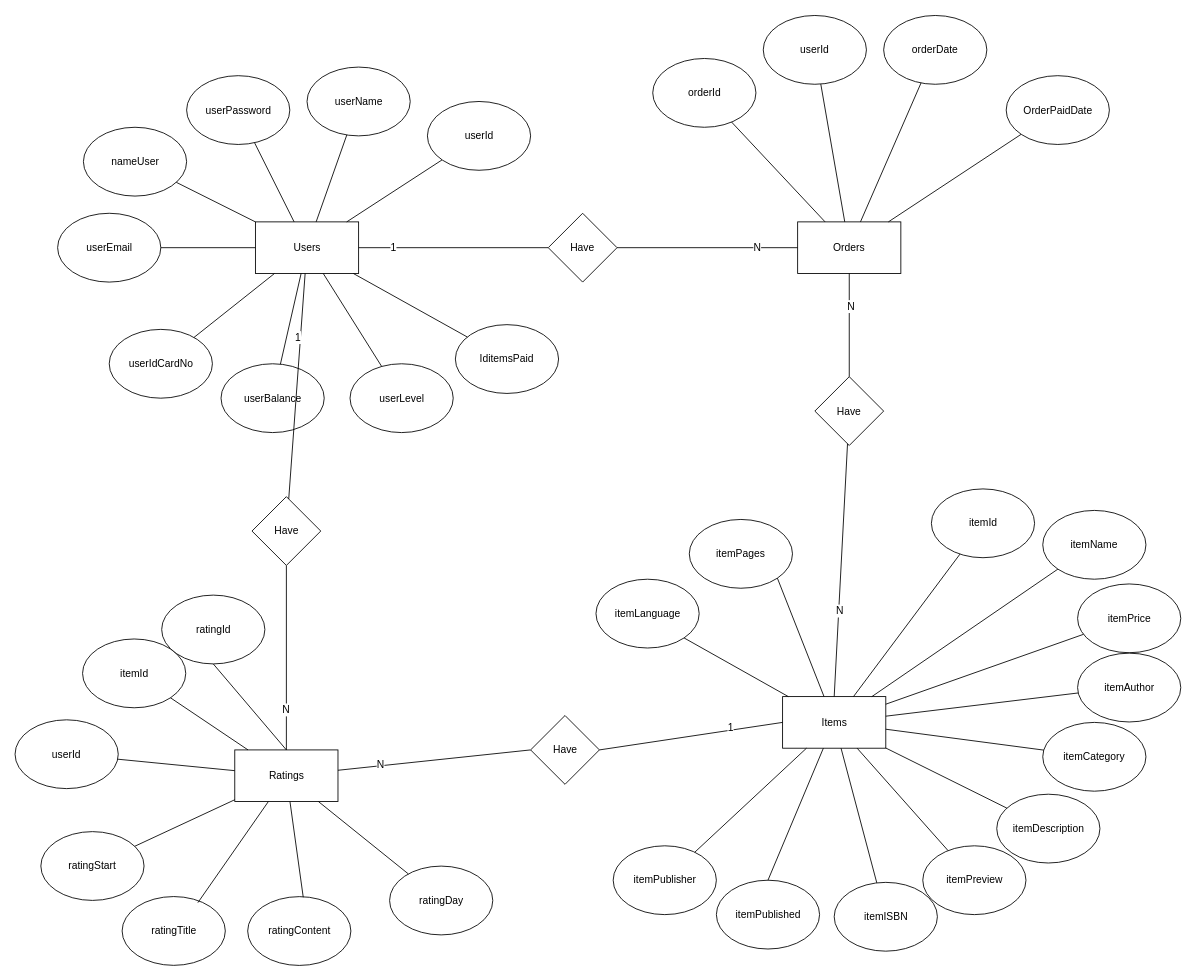
This is Documents/erd/erd.drawio from tung120320/E-Book-Order-G02, a draw.io file, before an edit. Source tidied: cells renumbered, new cells numbered last; positions are measured from the earlier drawing's top-left corner, leaving out a move shared by most shapes. Both pictures are drawn from the tidied source at 86%, with x=0, y=0 at pixel (15, 15).
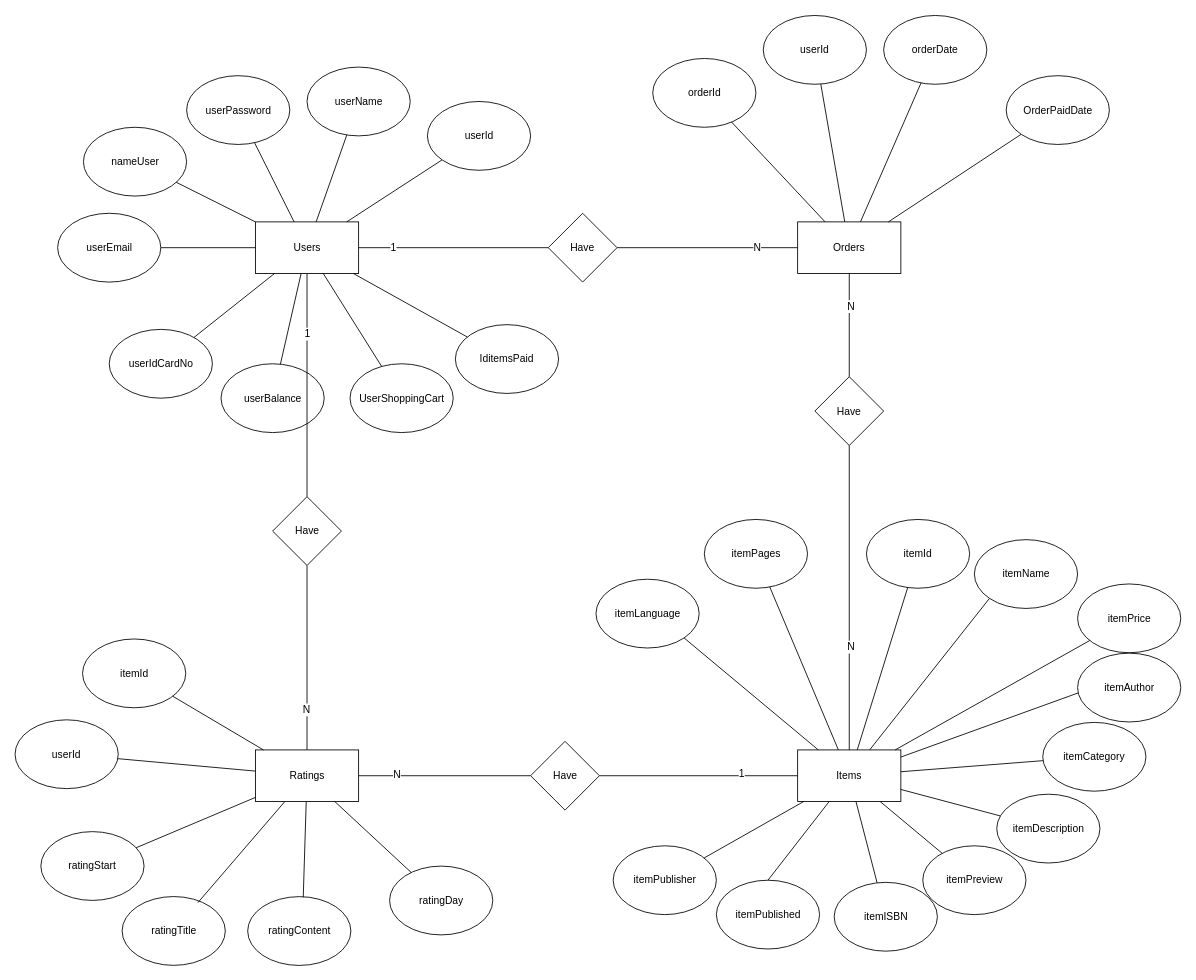
After the change.

The change refers to these unchanged cells:
```xml
<mxCell id="88" style="endArrow=none;html=1;" parent="1" edge="1" source="87" target="13">
  <mxGeometry relative="1" as="geometry" />
</mxCell>
```

Diff of the diagram source:
```diff
@@
     <mxCell id="2" value="Items" style="rounded=0;whiteSpace=wrap;html=1;" parent="1" vertex="1">
-      <mxGeometry x="892.5" y="792.5" width="120" height="60" as="geometry" />
+      <mxGeometry x="910" y="854.5" width="120" height="60" as="geometry" />
     </mxCell>
@@
     <mxCell id="8" value="itemPages" style="ellipse;whiteSpace=wrap;html=1;" parent="1" vertex="1">
-      <mxGeometry x="784" y="586.5" width="120" height="80" as="geometry" />
+      <mxGeometry x="801.5" y="586.5" width="120" height="80" as="geometry" />
     </mxCell>
@@
     <mxCell id="12" value="itemName" style="ellipse;whiteSpace=wrap;html=1;" parent="1" vertex="1">
-      <mxGeometry x="1195" y="576" width="120" height="80" as="geometry" />
+      <mxGeometry x="1115.5" y="610" width="120" height="80" as="geometry" />
     </mxCell>
@@
     <mxCell id="21" value="itemId" style="ellipse;whiteSpace=wrap;html=1;" parent="1" vertex="1">
-      <mxGeometry x="1065.5" y="551" width="120" height="80" as="geometry" />
+      <mxGeometry x="990" y="586.5" width="120" height="80" as="geometry" />
     </mxCell>
@@
-    <mxCell id="30" style="endArrow=none;html=1;exitX=1;exitY=1;exitDx=0;exitDy=0;" parent="1" edge="1" source="8" target="2">
+    <mxCell id="30" style="endArrow=none;html=1;" parent="1" edge="1" source="8" target="2">
       <mxGeometry relative="1" as="geometry" />
     </mxCell>
@@
-    <mxCell id="51" value="userLevel" style="ellipse;whiteSpace=wrap;html=1;" parent="1" vertex="1">
+    <mxCell id="51" value="&lt;div&gt;&lt;span&gt;UserShoppingCart&lt;/span&gt;&lt;/div&gt;" style="ellipse;whiteSpace=wrap;html=1;" parent="1" vertex="1">
       <mxGeometry x="389.5" y="405.5" width="120" height="80" as="geometry" />
     </mxCell>
@@
     <mxCell id="62" value="Ratings" style="rounded=0;whiteSpace=wrap;html=1;" parent="1" vertex="1">
-      <mxGeometry x="255.5" y="854.5" width="120" height="60" as="geometry" />
+      <mxGeometry x="279.5" y="854.5" width="120" height="60" as="geometry" />
     </mxCell>
@@
     <mxCell id="75" value="Have" style="rhombus;whiteSpace=wrap;html=1;" parent="1" vertex="1">
-      <mxGeometry x="599.5" y="814.5" width="80" height="80" as="geometry" />
+      <mxGeometry x="599.5" y="844.5" width="80" height="80" as="geometry" />
     </mxCell>
@@
-    <mxCell id="80" value="ratingId" style="ellipse;whiteSpace=wrap;html=1;" parent="1" vertex="1">
-      <mxGeometry x="170.5" y="674.5" width="120" height="80" as="geometry" />
-    </mxCell>
-    <mxCell id="81" style="endArrow=none;html=1;exitX=0.5;exitY=0;exitDx=0;exitDy=0;entryX=0.5;entryY=1;entryDx=0;entryDy=0;" parent="1" edge="1" source="62" target="80">
-      <mxGeometry relative="1" as="geometry" />
-    </mxCell>
@@
     <mxCell id="87" value="Have" style="rhombus;whiteSpace=wrap;html=1;" parent="1" vertex="1">
-      <mxGeometry x="275.5" y="560" width="80" height="80" as="geometry" />
+      <mxGeometry x="299.5" y="560" width="80" height="80" as="geometry" />
     </mxCell>
@@
     <mxCell id="89" value="1" style="text;html=1;align=center;verticalAlign=middle;labelBackgroundColor=#ffffff;" parent="88" vertex="1">
-      <mxGeometry x="0.43" y="3" relative="1" as="geometry" />
+      <mxGeometry x="0.43" y="3" relative="1" as="geometry">
+        <mxPoint x="3" y="-4" as="offset" />
+      </mxGeometry>
     </mxCell>
```
